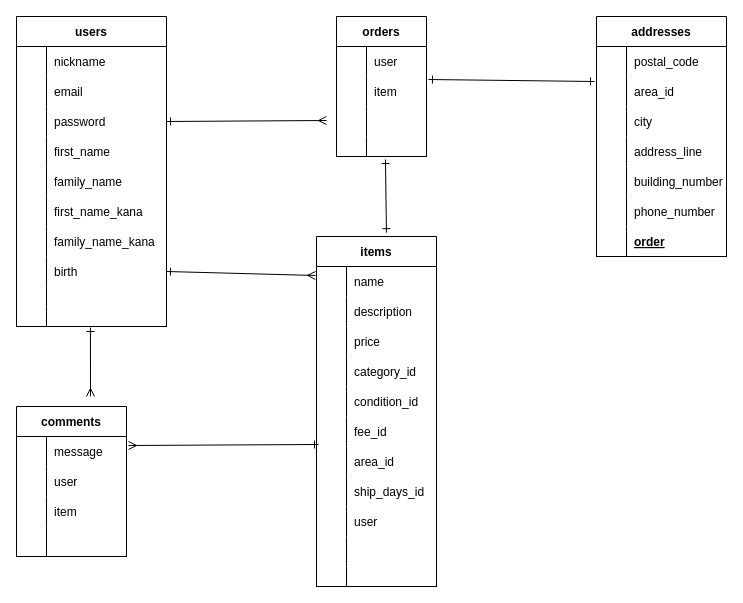
This is furima.dio from 14tk/furima-37381-2, a draw.io file, before an edit. Source tidied: cells renumbered, new cells numbered last; positions are measured from the earlier drawing's top-left corner, leaving out a move shared by most shapes. Both pictures are drawn from the tidied source at 100%, with x=0, y=0 at pixel (16, 16).
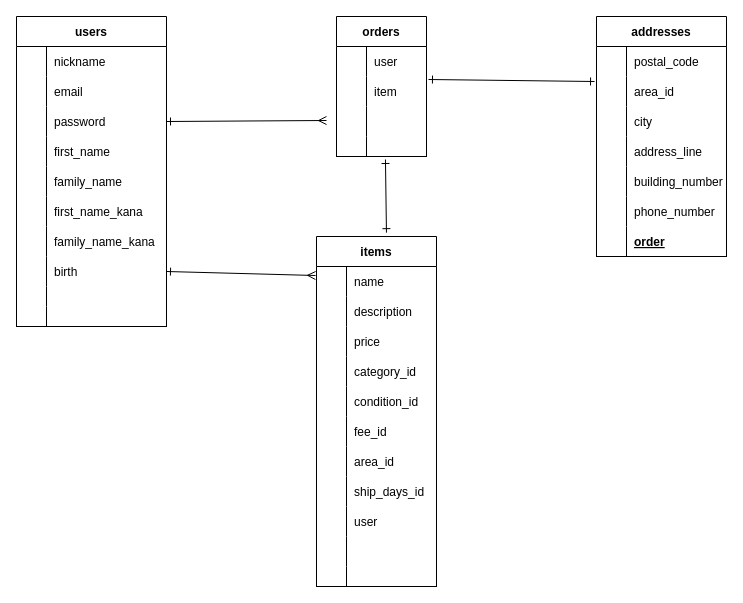
Above is the later version.

Unchanged cells that the change refers to:
```xml
<mxCell id="32" style="shape=partialRectangle;fillColor=none;top=0;left=0;bottom=1;right=0;points=[[0,0.5],[1,0.5]];portConstraint=eastwest;" parent="4" vertex="1">
  <mxGeometry y="290" width="150" height="20" as="geometry" />
</mxCell>
<mxCell id="54" style="shape=partialRectangle;fillColor=none;top=0;left=0;bottom=0;right=0;points=[[0,0.5],[1,0.5]];portConstraint=eastwest;" parent="35" vertex="1">
  <mxGeometry y="210" width="120" height="30" as="geometry" />
</mxCell>
```

The edit, as a diff of the source:
```diff
@@
-    <mxCell id="69" value="comments" style="shape=table;startSize=30;childLayout=tableLayout;rowLines=0;fontStyle=1;align=center;" parent="1" vertex="1">
-      <mxGeometry y="390" width="110" height="150" as="geometry" />
-    </mxCell>
-    <mxCell id="70" style="shape=partialRectangle;fillColor=none;top=0;left=0;bottom=0;right=0;points=[[0,0.5],[1,0.5]];portConstraint=eastwest;" parent="69" vertex="1">
-      <mxGeometry y="30" width="110" height="30" as="geometry" />
-    </mxCell>
-    <mxCell id="71" style="shape=partialRectangle;fillColor=none;top=0;left=0;bottom=0;right=0;overflow=hidden;" parent="70" vertex="1">
-      <mxGeometry width="30" height="30" as="geometry" />
-    </mxCell>
-    <mxCell id="72" value="message" style="shape=partialRectangle;fillColor=none;top=0;left=0;bottom=0;right=0;align=left;spacingLeft=6;overflow=hidden;" parent="70" vertex="1">
-      <mxGeometry x="30" width="80" height="30" as="geometry" />
-    </mxCell>
-    <mxCell id="73" style="shape=partialRectangle;fillColor=none;top=0;left=0;bottom=0;right=0;" parent="69" vertex="1">
-      <mxGeometry y="60" width="110" height="30" as="geometry" />
-    </mxCell>
-    <mxCell id="74" style="shape=partialRectangle;fillColor=none;top=0;left=0;bottom=0;right=0;overflow=hidden;" parent="73" vertex="1">
-      <mxGeometry width="30" height="30" as="geometry" />
-    </mxCell>
-    <mxCell id="75" value="user" style="shape=partialRectangle;fillColor=none;top=0;left=0;bottom=0;right=0;align=left;spacingLeft=6;overflow=hidden;" parent="73" vertex="1">
-      <mxGeometry x="30" width="80" height="30" as="geometry" />
-    </mxCell>
-    <mxCell id="76" style="shape=partialRectangle;fillColor=none;top=0;left=0;bottom=0;right=0;" parent="69" vertex="1">
-      <mxGeometry y="90" width="110" height="30" as="geometry" />
-    </mxCell>
-    <mxCell id="77" style="shape=partialRectangle;fillColor=none;top=0;left=0;bottom=0;right=0;overflow=hidden;" parent="76" vertex="1">
-      <mxGeometry width="30" height="30" as="geometry" />
-    </mxCell>
-    <mxCell id="78" value="item" style="shape=partialRectangle;fillColor=none;top=0;left=0;bottom=0;right=0;align=left;spacingLeft=6;overflow=hidden;" parent="76" vertex="1">
-      <mxGeometry x="30" width="80" height="30" as="geometry" />
-    </mxCell>
-    <mxCell id="79" style="shape=partialRectangle;fillColor=none;top=0;left=0;bottom=1;right=0;" parent="69" vertex="1">
-      <mxGeometry y="120" width="110" height="30" as="geometry" />
-    </mxCell>
-    <mxCell id="80" style="shape=partialRectangle;fillColor=none;top=0;left=0;bottom=0;right=0;fontStyle=1;overflow=hidden;" parent="79" vertex="1">
-      <mxGeometry width="30" height="30" as="geometry" />
-    </mxCell>
-    <mxCell id="81" style="shape=partialRectangle;fillColor=none;top=0;left=0;bottom=0;right=0;align=left;spacingLeft=6;fontStyle=5;overflow=hidden;" parent="79" vertex="1">
-      <mxGeometry x="30" width="80" height="30" as="geometry" />
-    </mxCell>
@@
-    <mxCell id="117" style="html=1;exitX=0.493;exitY=1.05;exitDx=0;exitDy=0;startArrow=ERone;startFill=0;endArrow=ERmany;endFill=0;exitPerimeter=0;" parent="1" edge="1" source="32">
-      <mxGeometry relative="1" as="geometry">
-        <mxPoint x="74" y="380" as="targetPoint" />
-      </mxGeometry>
-    </mxCell>
-    <mxCell id="118" style="html=1;exitX=0.017;exitY=-0.067;exitDx=0;exitDy=0;entryX=1.018;entryY=0.3;entryDx=0;entryDy=0;entryPerimeter=0;startArrow=ERone;startFill=0;endArrow=ERmany;endFill=0;exitPerimeter=0;" parent="1" edge="1" source="54" target="70">
-      <mxGeometry relative="1" as="geometry" />
-    </mxCell>
```
